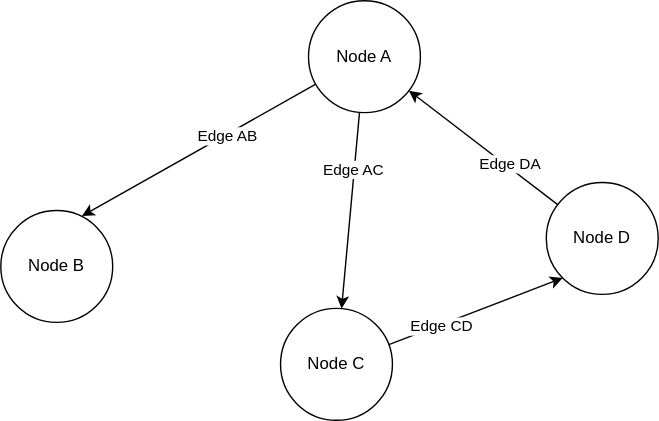
preludetech/tutorial-getting-git keeps this draw.io diagram as tutorial/images/graph1.drawio.svg. Above is the earlier version. Source tidied: cells renumbered, new cells last; positions are measured from the earlier drawing's top-left corner, leaving out a move shared by most shapes.
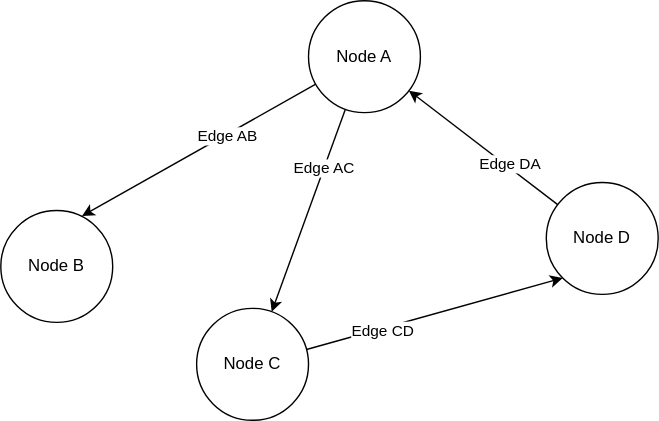
The same file after the commit.

Diff of the diagram source:
```diff
@@ -1,4 +1,4 @@
-<mxGraphModel background="#ffffff">
+<mxGraphModel>
   <root>
     <mxCell id="0" />
     <mxCell id="1" parent="0" />
@@ -24,7 +24,7 @@
       <mxGeometry x="-0.41" y="-1" relative="1" as="geometry" />
     </mxCell>
     <mxCell id="9" value="Node C" style="ellipse;whiteSpace=wrap;html=1;" parent="1" vertex="1">
-      <mxGeometry x="200" y="220" width="80" height="80" as="geometry" />
+      <mxGeometry x="140" y="220" width="80" height="80" as="geometry" />
     </mxCell>
     <mxCell id="10" value="Node B" style="ellipse;whiteSpace=wrap;html=1;" parent="1" vertex="1">
       <mxGeometry y="150" width="80" height="80" as="geometry" />
```
